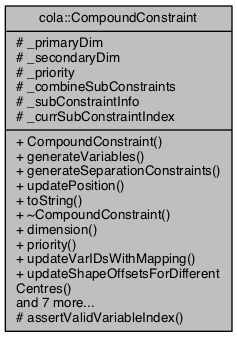
This is documentation/classcola_1_1CompoundConstraint__coll__graph.png from mjwybrow/adaptagrams, a Graphviz export, as it was before one commit. Its source is kept beside it as documentation/classcola_1_1CompoundConstraint__coll__graph.dot.
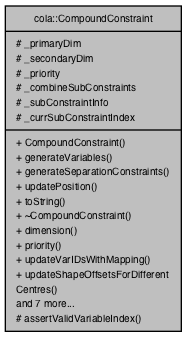
The same diagram one commit later.

The edit, as a diff of the source:
```diff
@@ -2,5 +2,5 @@
 {
   edge [fontname="Helvetica",fontsize="10",labelfontname="Helvetica",labelfontsize="10"];
   node [fontname="Helvetica",fontsize="10",shape=record];
-  Node1 [label="{cola::CompoundConstraint\n|# _primaryDim\l# _secondaryDim\l# _priority\l# _combineSubConstraints\l# _subConstraintInfo\l# _currSubConstraintIndex\l|+ CompoundConstraint()\l+ generateVariables()\l+ generateSeparationConstraints()\l+ updatePosition()\l+ toString()\l+ ~CompoundConstraint()\l+ dimension()\l+ priority()\l+ updateVarIDsWithMapping()\l+ updateShapeOffsetsForDifferent\lCentres()\land 7 more...\l# assertValidVariableIndex()\l}",height=0.2,width=0.4,color="black", fillcolor="grey75", style="filled", fontcolor="black"];
+  Node8 [label="{cola::CompoundConstraint\n|# _primaryDim\l# _secondaryDim\l# _priority\l# _combineSubConstraints\l# _subConstraintInfo\l# _currSubConstraintIndex\l|+ CompoundConstraint()\l+ generateVariables()\l+ generateSeparationConstraints()\l+ updatePosition()\l+ toString()\l+ ~CompoundConstraint()\l+ dimension()\l+ priority()\l+ updateVarIDsWithMapping()\l+ updateShapeOffsetsForDifferent\lCentres()\land 7 more...\l# assertValidVariableIndex()\l}",height=0.2,width=0.4,color="black", fillcolor="grey75", style="filled", fontcolor="black"];
 }
```
